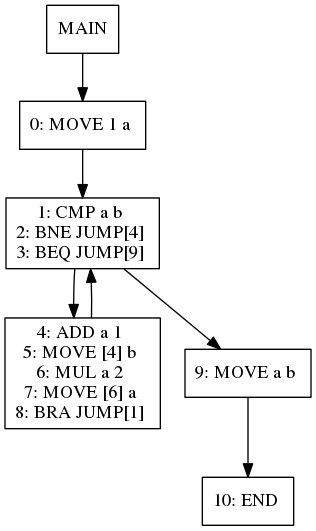
Earlier version of the Graphviz export viz/test014.dot.png (jiahanwang/PL241-Compiler). Its source is kept beside it as viz/test014.dot.
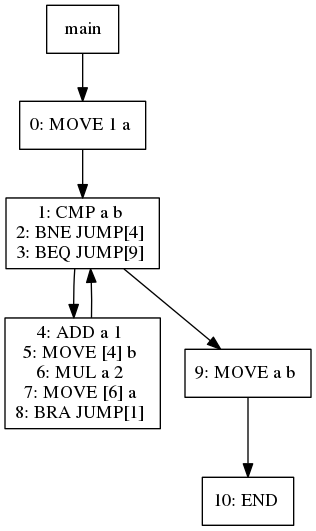
Above is the later version.

The edit, as a diff of the source:
```diff
@@ -1,26 +1,26 @@
 digraph test014 {
 node [shape=box]
-1[label="MAIN"]
-1 -> 3
-3[label="0: MOVE 1 a
+256[label="main"]
+256 -> 258
+258[label="0: MOVE 1 a
 "]
-3 -> 4
-4[label="1: CMP a b
+258 -> 259
+259[label="1: CMP a b
 2: BNE JUMP[4]
 3: BEQ JUMP[9]
 "]
-4 -> 6
-6[label="4: ADD a 1
+259 -> 261
+261[label="4: ADD a 1
 5: MOVE [4] b
 6: MUL a 2
 7: MOVE [6] a
 8: BRA JUMP[1]
 "]
-6 -> 4
-4 -> 5
-5[label="9: MOVE a b
+261 -> 259
+259 -> 260
+260[label="9: MOVE a b
 "]
-5 -> 9
-9[label="10: END
+260 -> 264
+264[label="10: END
 "]
 }
```
